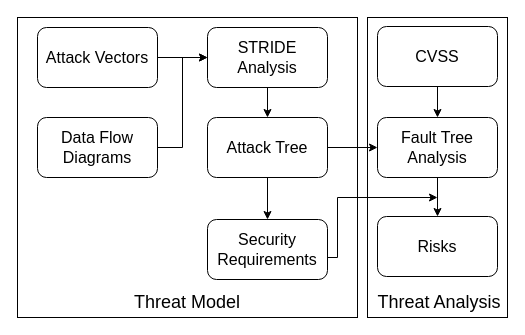
This is page "Attacks Methodology" (11 of 16) of assets/crypto-wallets.drawio from xujiahuayz/crypto-wallets, a draw.io file, before an edit. Source tidied: cells renumbered, new cells numbered last; positions are measured from the earlier drawing's top-left corner, leaving out a move shared by most shapes. Both pictures are drawn from the tidied source at 100%, with x=0, y=0 at pixel (17, 17).
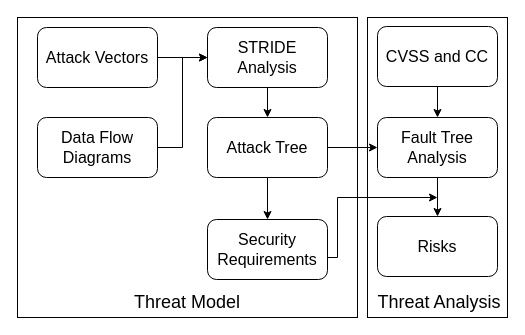
The same diagram, later.

Diff of the diagram source:
```diff
@@
-    <mxCell id="18" value="&lt;font style=&quot;font-size: 16px;&quot;&gt;CVSS&lt;/font&gt;" style="rounded=1;whiteSpace=wrap;html=1;" parent="1" vertex="1">
+    <mxCell id="18" value="&lt;font style=&quot;font-size: 16px;&quot;&gt;CVSS and CC&lt;/font&gt;" style="rounded=1;whiteSpace=wrap;html=1;" parent="1" vertex="1">
       <mxGeometry x="360" y="9" width="120" height="60" as="geometry" />
     </mxCell>
```
